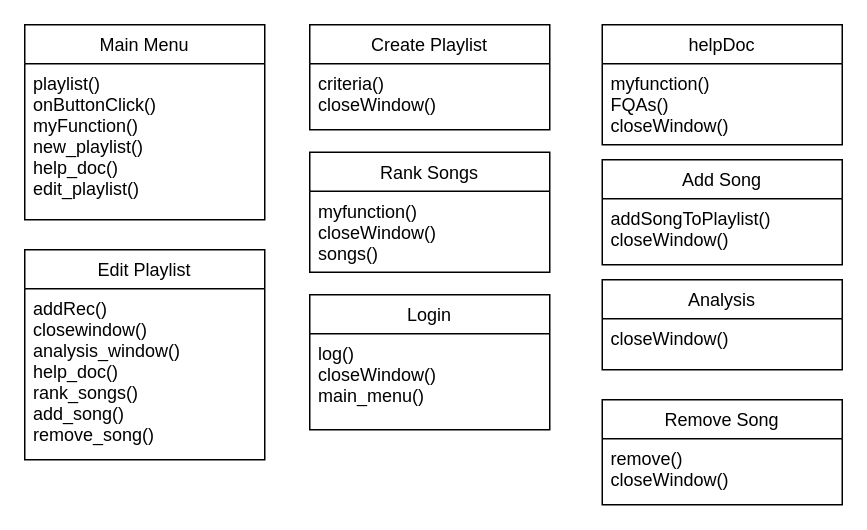
Earlier version of the draw.io diagram Diagrams/Class/GUI_Class_Diagram.drawio (stpilks99/moodipy). Source tidied: cells renumbered, new cells numbered last; positions are measured from the earlier drawing's top-left corner, leaving out a move shared by most shapes. Both pictures are drawn from the tidied source at 150%, with x=0, y=0 at pixel (24, 24).
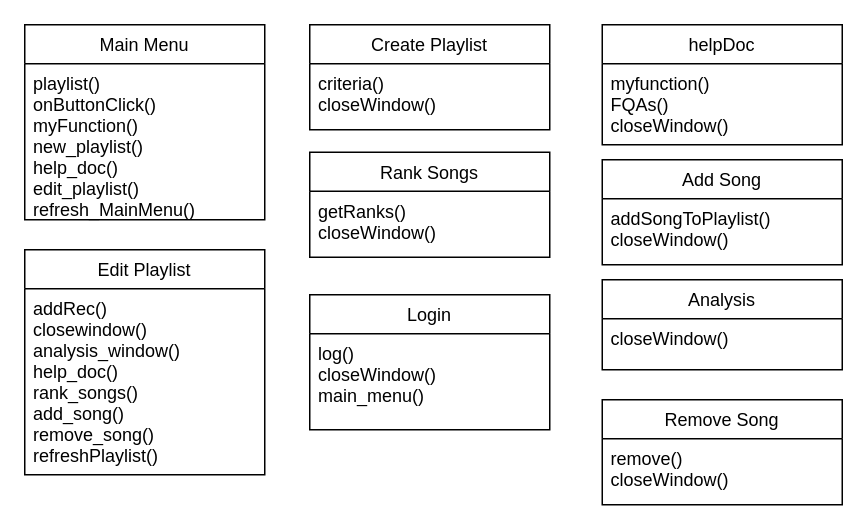
After the change.

Change to the diagram source:
```diff
@@
 <mxGraphModel>
   <root>
     <mxCell id="0" />
     <mxCell id="1" parent="0" />
     <mxCell id="2" value="Main Menu" style="swimlane;fontStyle=0;horizontal=1;startSize=26;fillColor=none;" parent="1" vertex="1">
       <mxGeometry width="160" height="130" as="geometry" />
     </mxCell>
-    <mxCell id="3" value="playlist()&#10;onButtonClick()&#10;myFunction()&#10;new_playlist()&#10;help_doc()&#10;edit_playlist()" style="text;strokeColor=none;fillColor=none;align=left;verticalAlign=top;spacingLeft=4;spacingRight=4;overflow=hidden;" parent="2" vertex="1">
+    <mxCell id="3" value="playlist()&#10;onButtonClick()&#10;myFunction()&#10;new_playlist()&#10;help_doc()&#10;edit_playlist()&#10;refresh_MainMenu()" style="text;strokeColor=none;fillColor=none;align=left;verticalAlign=top;spacingLeft=4;spacingRight=4;overflow=hidden;" parent="2" vertex="1">
       <mxGeometry y="26" width="160" height="104" as="geometry" />
     </mxCell>
     <mxCell id="4" value="Edit Playlist" style="swimlane;fontStyle=0;horizontal=1;startSize=26;fillColor=none;" parent="1" vertex="1">
-      <mxGeometry y="150" width="160" height="140" as="geometry" />
+      <mxGeometry y="150" width="160" height="150" as="geometry" />
     </mxCell>
-    <mxCell id="5" value="addRec()&#10;closewindow()&#10;analysis_window()&#10;help_doc()&#10;rank_songs()&#10;add_song()&#10;remove_song()" style="text;strokeColor=none;fillColor=none;align=left;verticalAlign=top;spacingLeft=4;spacingRight=4;overflow=hidden;" parent="4" vertex="1">
-      <mxGeometry y="26" width="160" height="114" as="geometry" />
+    <mxCell id="5" value="addRec()&#10;closewindow()&#10;analysis_window()&#10;help_doc()&#10;rank_songs()&#10;add_song()&#10;remove_song()&#10;refreshPlaylist()" style="text;strokeColor=none;fillColor=none;align=left;verticalAlign=top;spacingLeft=4;spacingRight=4;overflow=hidden;" parent="4" vertex="1">
+      <mxGeometry y="26" width="160" height="124" as="geometry" />
     </mxCell>
     <mxCell id="6" value="Create Playlist" style="swimlane;fontStyle=0;horizontal=1;startSize=26;fillColor=none;" parent="1" vertex="1">
       <mxGeometry x="190" width="160" height="70" as="geometry" />
     </mxCell>
     <mxCell id="7" value="criteria()&#10;closeWindow()" style="text;strokeColor=none;fillColor=none;align=left;verticalAlign=top;spacingLeft=4;spacingRight=4;overflow=hidden;" parent="6" vertex="1">
       <mxGeometry y="26" width="160" height="44" as="geometry" />
     </mxCell>
     <mxCell id="8" value="helpDoc" style="swimlane;fontStyle=0;horizontal=1;startSize=26;fillColor=none;" parent="1" vertex="1">
       <mxGeometry x="385" width="160" height="80" as="geometry" />
     </mxCell>
     <mxCell id="9" value="myfunction()&#10;FQAs()&#10;closeWindow()" style="text;strokeColor=none;fillColor=none;align=left;verticalAlign=top;spacingLeft=4;spacingRight=4;overflow=hidden;" parent="8" vertex="1">
       <mxGeometry y="26" width="160" height="54" as="geometry" />
     </mxCell>
     <mxCell id="10" value="Add Song" style="swimlane;fontStyle=0;horizontal=1;startSize=26;fillColor=none;" parent="1" vertex="1">
       <mxGeometry x="385" y="90" width="160" height="70" as="geometry" />
     </mxCell>
     <mxCell id="11" value="addSongToPlaylist()&#10;closeWindow()" style="text;strokeColor=none;fillColor=none;align=left;verticalAlign=top;spacingLeft=4;spacingRight=4;overflow=hidden;" parent="10" vertex="1">
       <mxGeometry y="26" width="160" height="44" as="geometry" />
     </mxCell>
     <mxCell id="12" value="Rank Songs" style="swimlane;fontStyle=0;horizontal=1;startSize=26;fillColor=none;" parent="1" vertex="1">
-      <mxGeometry x="190" y="85" width="160" height="80" as="geometry" />
+      <mxGeometry x="190" y="85" width="160" height="70" as="geometry" />
     </mxCell>
-    <mxCell id="13" value="myfunction()&#10;closeWindow()&#10;songs()" style="text;strokeColor=none;fillColor=none;align=left;verticalAlign=top;spacingLeft=4;spacingRight=4;overflow=hidden;" parent="12" vertex="1">
-      <mxGeometry y="26" width="160" height="54" as="geometry" />
+    <mxCell id="13" value="getRanks()&#10;closeWindow()&#10;" style="text;strokeColor=none;fillColor=none;align=left;verticalAlign=top;spacingLeft=4;spacingRight=4;overflow=hidden;" parent="12" vertex="1">
+      <mxGeometry y="26" width="160" height="44" as="geometry" />
     </mxCell>
     <mxCell id="14" value="Login" style="swimlane;fontStyle=0;horizontal=1;startSize=26;fillColor=none;" parent="1" vertex="1">
       <mxGeometry x="190" y="180" width="160" height="90" as="geometry" />
     </mxCell>
     <mxCell id="15" value="log()&#10;closeWindow()&#10;main_menu()" style="text;strokeColor=none;fillColor=none;align=left;verticalAlign=top;spacingLeft=4;spacingRight=4;overflow=hidden;" parent="14" vertex="1">
       <mxGeometry y="26" width="160" height="64" as="geometry" />
     </mxCell>
     <mxCell id="16" value="Analysis" style="swimlane;fontStyle=0;horizontal=1;startSize=26;fillColor=none;" parent="1" vertex="1">
       <mxGeometry x="385" y="170" width="160" height="60" as="geometry" />
     </mxCell>
     <mxCell id="17" value="closeWindow()" style="text;strokeColor=none;fillColor=none;align=left;verticalAlign=top;spacingLeft=4;spacingRight=4;overflow=hidden;" parent="16" vertex="1">
       <mxGeometry y="26" width="160" height="34" as="geometry" />
     </mxCell>
     <mxCell id="18" value="Remove Song" style="swimlane;fontStyle=0;horizontal=1;startSize=26;fillColor=none;" parent="1" vertex="1">
       <mxGeometry x="385" y="250" width="160" height="70" as="geometry" />
     </mxCell>
     <mxCell id="19" value="remove()&#10;closeWindow()" style="text;strokeColor=none;fillColor=none;align=left;verticalAlign=top;spacingLeft=4;spacingRight=4;overflow=hidden;" parent="18" vertex="1">
       <mxGeometry y="26" width="160" height="44" as="geometry" />
     </mxCell>
   </root>
 </mxGraphModel>
```
